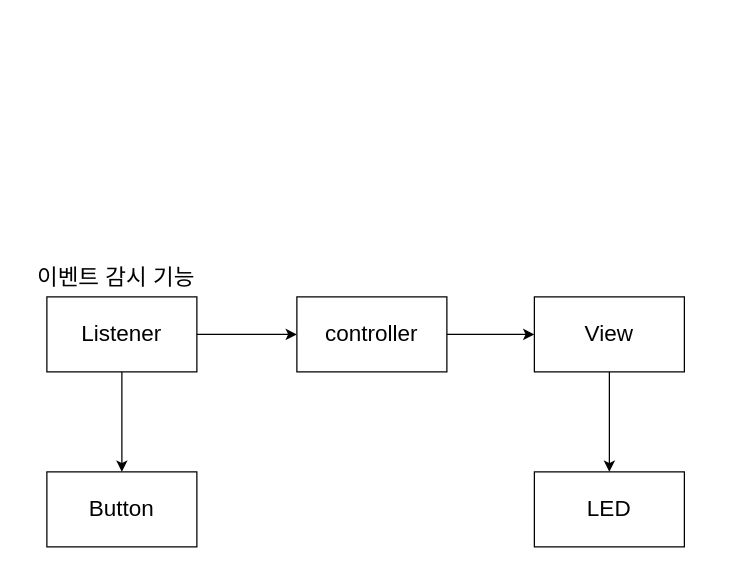
Before: page "페이지-2" (2 of 2) of sw_design/architecture.drawio in Kang9609/StandLight-1, a draw.io diagram. Source tidied: cells renumbered, new cells numbered last; positions are measured from the earlier drawing's top-left corner, leaving out a move shared by most shapes. Both pictures are drawn from the tidied source at 125%, with x=0, y=0 at pixel (21, 259).
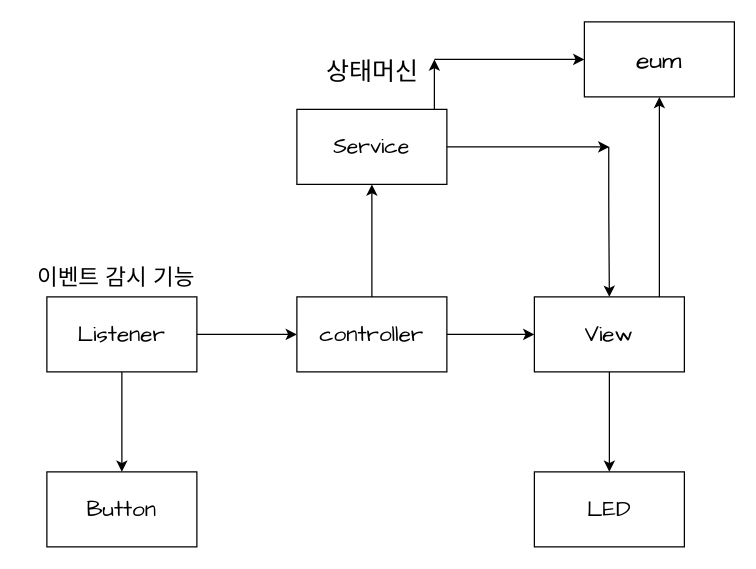
Above is the later version.

What changed in the source:
```diff
@@
-    <mxCell id="2" value="Button" style="whiteSpace=wrap;html=1;fontSize=18;" parent="1" vertex="1">
+    <mxCell id="2" value="Button" style="whiteSpace=wrap;html=1;fontSize=18;fontFamily=Comic Sans MS;" parent="1" vertex="1">
       <mxGeometry x="20" y="170" width="120" height="60" as="geometry" />
     </mxCell>
@@
-    <mxCell id="5" value="Listener" style="whiteSpace=wrap;html=1;fontSize=18;" parent="1" vertex="1">
+    <mxCell id="5" value="Listener" style="whiteSpace=wrap;html=1;fontSize=18;fontFamily=Comic Sans MS;" parent="1" vertex="1">
       <mxGeometry x="20" y="30" width="120" height="60" as="geometry" />
     </mxCell>
-    <mxCell id="6" value="LED" style="whiteSpace=wrap;html=1;fontSize=18;" parent="1" vertex="1">
+    <mxCell id="6" value="LED" style="whiteSpace=wrap;html=1;fontSize=18;fontFamily=Comic Sans MS;" parent="1" vertex="1">
       <mxGeometry x="410" y="170" width="120" height="60" as="geometry" />
     </mxCell>
@@
-    <mxCell id="9" value="controller" style="whiteSpace=wrap;html=1;fontSize=18;" parent="1" vertex="1">
+    <mxCell id="9" value="controller" style="whiteSpace=wrap;html=1;fontSize=18;fontFamily=Comic Sans MS;" parent="1" vertex="1">
       <mxGeometry x="220" y="30" width="120" height="60" as="geometry" />
     </mxCell>
@@
-    <mxCell id="11" value="View" style="whiteSpace=wrap;html=1;fontSize=18;" parent="1" vertex="1">
+    <mxCell id="11" value="View" style="whiteSpace=wrap;html=1;fontSize=18;fontFamily=Comic Sans MS;" parent="1" vertex="1">
       <mxGeometry x="410" y="30" width="120" height="60" as="geometry" />
     </mxCell>
+    <mxCell id="12" value="Service" style="rounded=0;whiteSpace=wrap;html=1;fontStyle=0;fontSize=17;fontFamily=Comic Sans MS;" parent="1" vertex="1">
+      <mxGeometry x="220" y="-120" width="120" height="60" as="geometry" />
+    </mxCell>
+    <mxCell id="13" style="endArrow=classic;html=1;entryX=0.5;entryY=1;entryDx=0;entryDy=0;exitX=0.5;exitY=0;exitDx=0;exitDy=0;" parent="1" edge="1" source="9" target="12">
+      <mxGeometry relative="1" as="geometry" />
+    </mxCell>
+    <mxCell id="14" style="endArrow=classic;html=1;fontFamily=Comic Sans MS;fontSize=17;" parent="1" edge="1">
+      <mxGeometry relative="1" as="geometry">
+        <mxPoint x="340" y="-90" as="sourcePoint" />
+        <mxPoint x="470" y="-90" as="targetPoint" />
+      </mxGeometry>
+    </mxCell>
+    <mxCell id="15" style="endArrow=classic;html=1;fontFamily=Comic Sans MS;fontSize=17;entryX=0.5;entryY=0;entryDx=0;entryDy=0;" parent="1" edge="1" target="11">
+      <mxGeometry relative="1" as="geometry">
+        <mxPoint x="469.5" y="-90" as="sourcePoint" />
+        <Array as="points">
+          <mxPoint x="469.5" y="-80" />
+          <mxPoint x="469.5" y="-40" />
+        </Array>
+      </mxGeometry>
+    </mxCell>
+    <mxCell id="16" value="&lt;span style=&quot;font-weight: normal&quot;&gt;&lt;font style=&quot;font-size: 20px&quot;&gt;상태머신&lt;/font&gt;&lt;/span&gt;" style="text;strokeColor=none;fillColor=none;html=1;fontSize=24;fontStyle=1;verticalAlign=middle;align=center;fontFamily=Comic Sans MS;" parent="1" vertex="1">
+      <mxGeometry x="230" y="-170" width="100" height="40" as="geometry" />
+    </mxCell>
+    <mxCell id="17" value="eum" style="rounded=0;whiteSpace=wrap;html=1;fontFamily=Comic Sans MS;fontSize=20;" parent="1" vertex="1">
+      <mxGeometry x="450" y="-190" width="120" height="60" as="geometry" />
+    </mxCell>
+    <mxCell id="18" style="endArrow=classic;html=1;fontFamily=Comic Sans MS;fontSize=20;entryX=1;entryY=0.25;entryDx=0;entryDy=0;" parent="1" edge="1" target="16">
+      <mxGeometry relative="1" as="geometry">
+        <mxPoint x="330" y="-120" as="sourcePoint" />
+      </mxGeometry>
+    </mxCell>
+    <mxCell id="19" style="endArrow=classic;html=1;fontFamily=Comic Sans MS;fontSize=20;entryX=0;entryY=0.5;entryDx=0;entryDy=0;" parent="1" edge="1" target="17">
+      <mxGeometry relative="1" as="geometry">
+        <mxPoint x="330" y="-160" as="sourcePoint" />
+      </mxGeometry>
+    </mxCell>
+    <mxCell id="20" style="endArrow=classic;html=1;fontFamily=Comic Sans MS;fontSize=20;entryX=0.5;entryY=1;entryDx=0;entryDy=0;" parent="1" edge="1" target="17">
+      <mxGeometry relative="1" as="geometry">
+        <mxPoint x="510" y="30" as="sourcePoint" />
+      </mxGeometry>
+    </mxCell>
```
